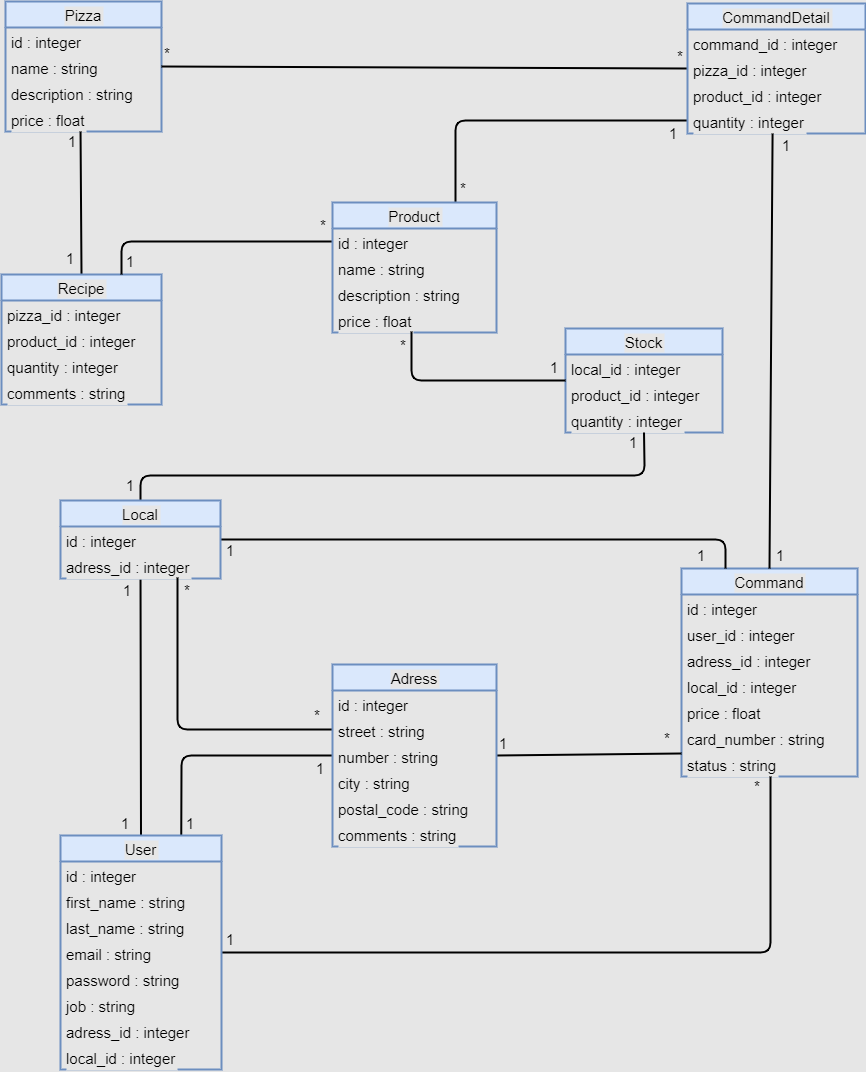
Tony380/Projet6 keeps this draw.io diagram as class_diagram.png. Above is the earlier version. Source tidied: cells renumbered, new cells last; positions are measured from the earlier drawing's top-left corner, leaving out a move shared by most shapes.
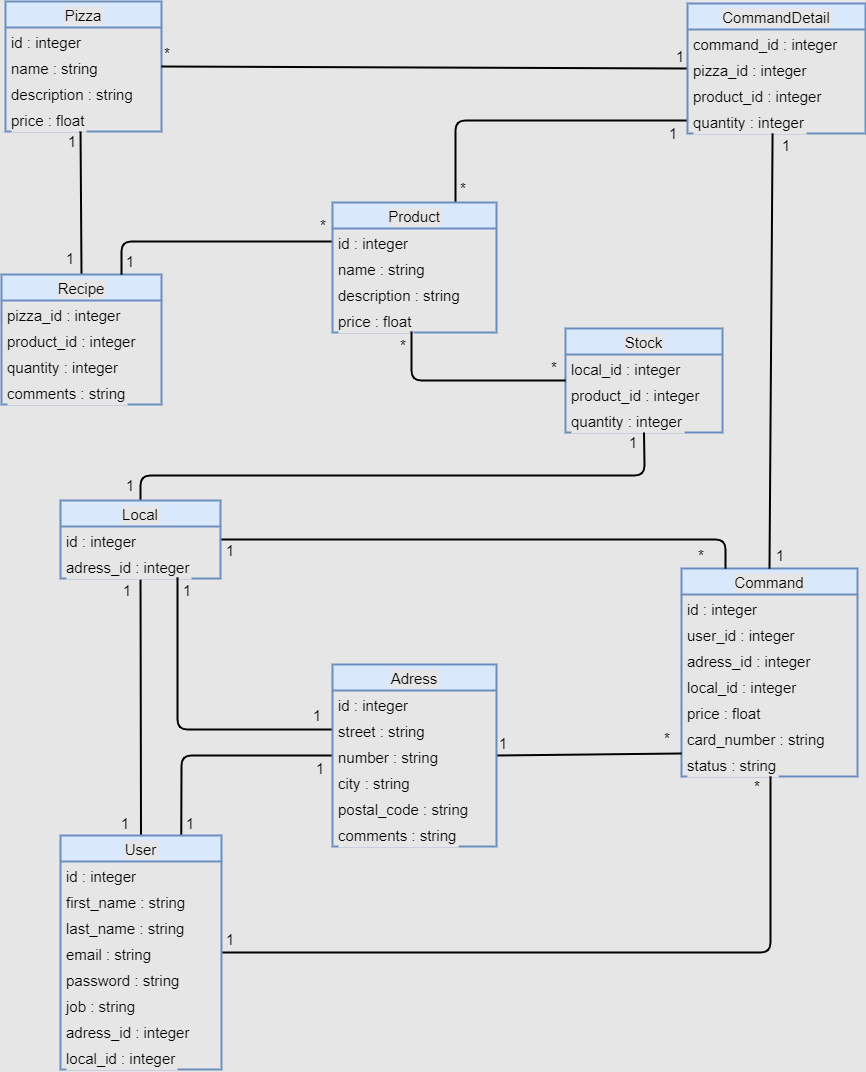
After the commit.

Commit message:
correction class diagram

Diff of the diagram source:
```diff
@@ -239,10 +239,10 @@
     <mxCell id="69" value="1" style="text;html=1;strokeColor=none;fillColor=none;align=center;verticalAlign=middle;whiteSpace=wrap;rounded=0;labelBackgroundColor=#E6E6E6;fontSize=15;" parent="1" vertex="1">
       <mxGeometry x="106" y="579" width="40" height="20" as="geometry" />
     </mxCell>
-    <mxCell id="70" value="*" style="text;html=1;strokeColor=none;fillColor=none;align=center;verticalAlign=middle;whiteSpace=wrap;rounded=0;labelBackgroundColor=#E6E6E6;fontSize=15;" parent="1" vertex="1">
+    <mxCell id="70" value="1" style="text;html=1;strokeColor=none;fillColor=none;align=center;verticalAlign=middle;whiteSpace=wrap;rounded=0;labelBackgroundColor=#E6E6E6;fontSize=15;" parent="1" vertex="1">
       <mxGeometry x="166" y="579" width="40" height="20" as="geometry" />
     </mxCell>
-    <mxCell id="71" value="*" style="text;html=1;strokeColor=none;fillColor=none;align=center;verticalAlign=middle;whiteSpace=wrap;rounded=0;labelBackgroundColor=#E6E6E6;fontSize=15;" parent="1" vertex="1">
+    <mxCell id="71" value="1" style="text;html=1;strokeColor=none;fillColor=none;align=center;verticalAlign=middle;whiteSpace=wrap;rounded=0;labelBackgroundColor=#E6E6E6;fontSize=15;" parent="1" vertex="1">
       <mxGeometry x="296" y="704" width="40" height="20" as="geometry" />
     </mxCell>
     <mxCell id="72" value="1" style="text;html=1;strokeColor=none;fillColor=none;align=center;verticalAlign=middle;whiteSpace=wrap;rounded=0;labelBackgroundColor=#E6E6E6;fontSize=15;" parent="1" vertex="1">
@@ -263,7 +263,7 @@
     <mxCell id="77" value="1" style="text;html=1;strokeColor=none;fillColor=none;align=center;verticalAlign=middle;whiteSpace=wrap;rounded=0;labelBackgroundColor=#E6E6E6;fontSize=15;" parent="1" vertex="1">
       <mxGeometry x="209" y="539" width="40" height="20" as="geometry" />
     </mxCell>
-    <mxCell id="78" value="1" style="text;html=1;strokeColor=none;fillColor=none;align=center;verticalAlign=middle;whiteSpace=wrap;rounded=0;labelBackgroundColor=#E6E6E6;fontSize=15;" parent="1" vertex="1">
+    <mxCell id="78" value="*" style="text;html=1;strokeColor=none;fillColor=none;align=center;verticalAlign=middle;whiteSpace=wrap;rounded=0;labelBackgroundColor=#E6E6E6;fontSize=15;" parent="1" vertex="1">
       <mxGeometry x="680" y="544" width="40" height="20" as="geometry" />
     </mxCell>
     <mxCell id="79" value="1" style="text;html=1;strokeColor=none;fillColor=none;align=center;verticalAlign=middle;whiteSpace=wrap;rounded=0;labelBackgroundColor=#E6E6E6;fontSize=15;" parent="1" vertex="1">
@@ -284,7 +284,7 @@
     <mxCell id="84" value="*" style="text;html=1;strokeColor=none;fillColor=none;align=center;verticalAlign=middle;whiteSpace=wrap;rounded=0;labelBackgroundColor=#E6E6E6;fontSize=15;" parent="1" vertex="1">
       <mxGeometry x="382" y="334" width="40" height="20" as="geometry" />
     </mxCell>
-    <mxCell id="85" value="1" style="text;html=1;strokeColor=none;fillColor=none;align=center;verticalAlign=middle;whiteSpace=wrap;rounded=0;labelBackgroundColor=#E6E6E6;fontSize=15;" parent="1" vertex="1">
+    <mxCell id="85" value="*" style="text;html=1;strokeColor=none;fillColor=none;align=center;verticalAlign=middle;whiteSpace=wrap;rounded=0;labelBackgroundColor=#E6E6E6;fontSize=15;" parent="1" vertex="1">
       <mxGeometry x="533" y="356" width="40" height="20" as="geometry" />
     </mxCell>
     <mxCell id="86" value="1" style="text;html=1;strokeColor=none;fillColor=none;align=center;verticalAlign=middle;whiteSpace=wrap;rounded=0;labelBackgroundColor=#E6E6E6;fontSize=15;" parent="1" vertex="1">
@@ -293,7 +293,7 @@
     <mxCell id="87" value="*" style="text;html=1;strokeColor=none;fillColor=none;align=center;verticalAlign=middle;whiteSpace=wrap;rounded=0;labelBackgroundColor=#E6E6E6;fontSize=15;" parent="1" vertex="1">
       <mxGeometry x="146" y="42" width="40" height="20" as="geometry" />
     </mxCell>
-    <mxCell id="88" value="*" style="text;html=1;strokeColor=none;fillColor=none;align=center;verticalAlign=middle;whiteSpace=wrap;rounded=0;labelBackgroundColor=#E6E6E6;fontSize=15;" parent="1" vertex="1">
+    <mxCell id="88" value="1" style="text;html=1;strokeColor=none;fillColor=none;align=center;verticalAlign=middle;whiteSpace=wrap;rounded=0;labelBackgroundColor=#E6E6E6;fontSize=15;" parent="1" vertex="1">
       <mxGeometry x="659" y="45" width="40" height="20" as="geometry" />
     </mxCell>
     <mxCell id="89" value="*" style="text;html=1;strokeColor=none;fillColor=none;align=center;verticalAlign=middle;whiteSpace=wrap;rounded=0;labelBackgroundColor=#E6E6E6;fontSize=15;" parent="1" vertex="1">
```
